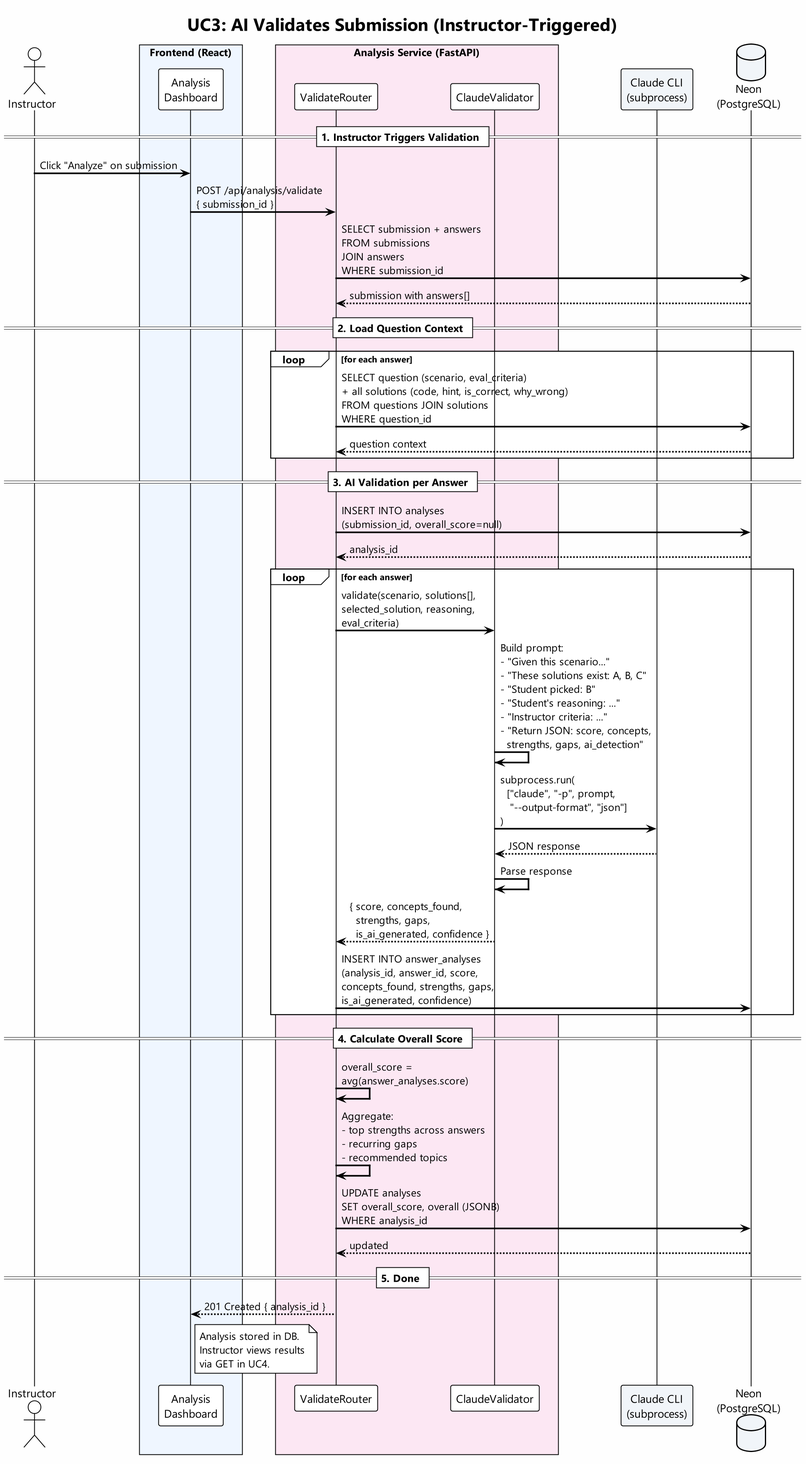
Above: docs/sequence-ai-validates.png in SRESamuel/ConHaccMania (PlantUML), before the change.
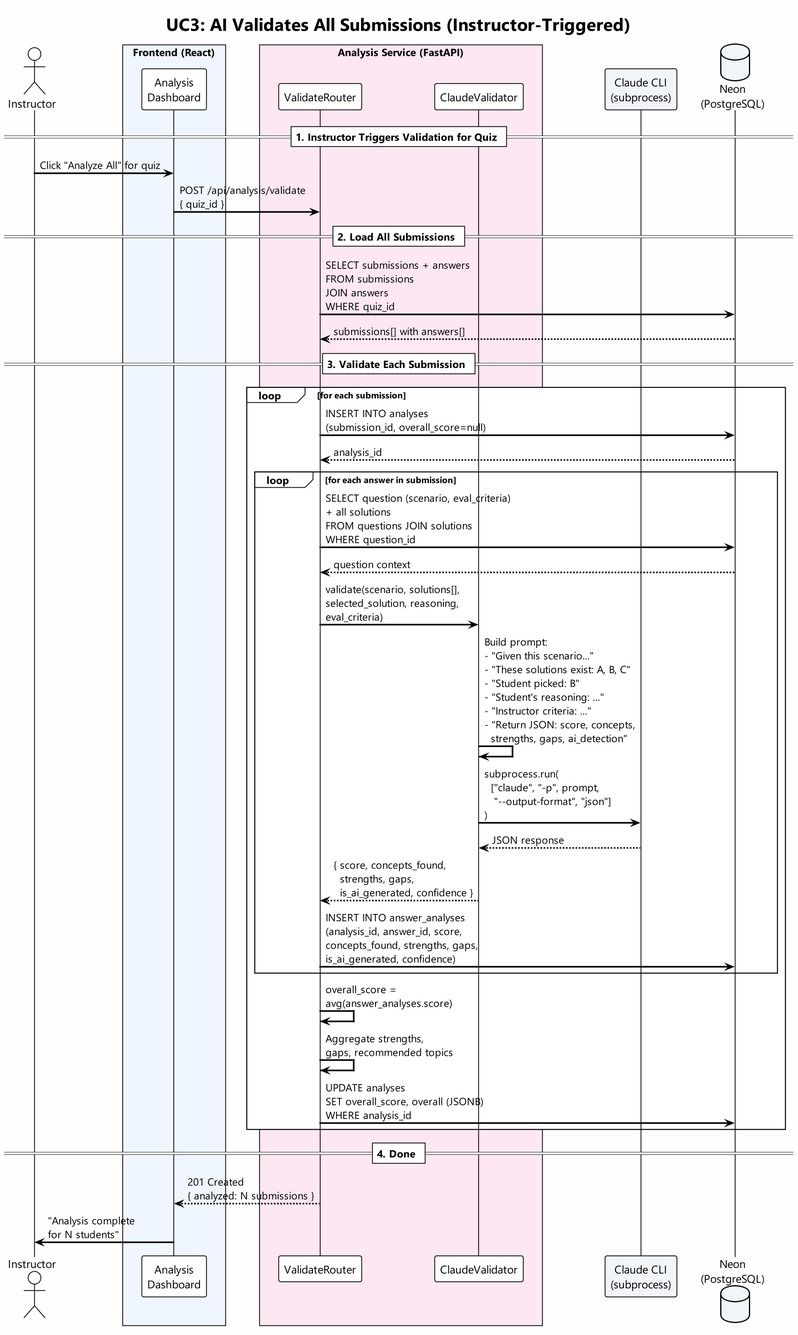
The same diagram one commit later.

Commit message:
docs: Validate by quiz_id, rewrite architecture, fix puml consistency

Diff of the diagram source:
```diff
@@ -1,4 +1,4 @@
-@startuml AI Validates Submission
+@startuml AI Validates All Submissions for Quiz
 scale 2
 !theme plain
 skinparam backgroundColor #FEFEFE
@@ -8,7 +8,7 @@
 skinparam participantPadding 20
 skinparam boxPadding 10
 
-title UC3: AI Validates Submission (Instructor-Triggered)
+title UC3: AI Validates All Submissions (Instructor-Triggered)
 
 actor Instructor as I
 box "Frontend (React)" #EFF6FF
@@ -21,45 +21,42 @@
 participant "Claude CLI\n(subprocess)" as CLI #F1F5F9
 database "Neon\n(PostgreSQL)" as DB #F1F5F9
 
-== 1. Instructor Triggers Validation ==
+== 1. Instructor Triggers Validation for Quiz ==
 
-I -> AD : Click "Analyze" on submission
-AD -> VR : POST /api/analysis/validate\n{ submission_id }
-VR -> DB : SELECT submission + answers\nFROM submissions\nJOIN answers\nWHERE submission_id
-DB --> VR : submission with answers[]
+I -> AD : Click "Analyze All" for quiz
+AD -> VR : POST /api/analysis/validate\n{ quiz_id }
 
-== 2. Load Question Context ==
+== 2. Load All Submissions ==
 
-loop for each answer
-  VR -> DB : SELECT question (scenario, eval_criteria)\n+ all solutions (code, hint, is_correct, why_wrong)\nFROM questions JOIN solutions\nWHERE question_id
-  DB --> VR : question context
+VR -> DB : SELECT submissions + answers\nFROM submissions\nJOIN answers\nWHERE quiz_id
+DB --> VR : submissions[] with answers[]
+
+== 3. Validate Each Submission ==
+
+loop for each submission
+  VR -> DB : INSERT INTO analyses\n(submission_id, overall_score=null)
+  DB --> VR : analysis_id
+
+  loop for each answer in submission
+    VR -> DB : SELECT question (scenario, eval_criteria)\n+ all solutions\nFROM questions JOIN solutions\nWHERE question_id
+    DB --> VR : question context
+
+    VR -> CV : validate(scenario, solutions[],\nselected_solution, reasoning,\neval_criteria)
+    CV -> CV : Build prompt:\n- "Given this scenario..."\n- "These solutions exist: A, B, C"\n- "Student picked: B"\n- "Student's reasoning: ..."\n- "Instructor criteria: ..."\n- "Return JSON: score, concepts,\n  strengths, gaps, ai_detection"
+    CV -> CLI : subprocess.run(\n  ["claude", "-p", prompt,\n   "--output-format", "json"]\n)
+    CLI --> CV : JSON response
+    CV --> VR : { score, concepts_found,\n  strengths, gaps,\n  is_ai_generated, confidence }
+    VR -> DB : INSERT INTO answer_analyses\n(analysis_id, answer_id, score,\nconcepts_found, strengths, gaps,\nis_ai_generated, confidence)
+  end
+
+  VR -> VR : overall_score =\navg(answer_analyses.score)
+  VR -> VR : Aggregate strengths,\ngaps, recommended topics
+  VR -> DB : UPDATE analyses\nSET overall_score, overall (JSONB)\nWHERE analysis_id
 end
 
-== 3. AI Validation per Answer ==
+== 4. Done ==
 
-VR -> DB : INSERT INTO analyses\n(submission_id, overall_score=null)
-DB --> VR : analysis_id
-
-loop for each answer
-  VR -> CV : validate(scenario, solutions[],\nselected_solution, reasoning,\neval_criteria)
-  CV -> CV : Build prompt:\n- "Given this scenario..."\n- "These solutions exist: A, B, C"\n- "Student picked: B"\n- "Student's reasoning: ..."\n- "Instructor criteria: ..."\n- "Return JSON: score, concepts,\n  strengths, gaps, ai_detection"
-  CV -> CLI : subprocess.run(\n  ["claude", "-p", prompt,\n   "--output-format", "json"]\n)
-  CLI --> CV : JSON response
-  CV -> CV : Parse response
-  CV --> VR : { score, concepts_found,\n  strengths, gaps,\n  is_ai_generated, confidence }
-  VR -> DB : INSERT INTO answer_analyses\n(analysis_id, answer_id, score,\nconcepts_found, strengths, gaps,\nis_ai_generated, confidence)
-end
-
-== 4. Calculate Overall Score ==
-
-VR -> VR : overall_score =\navg(answer_analyses.score)
-VR -> VR : Aggregate:\n- top strengths across answers\n- recurring gaps\n- recommended topics
-VR -> DB : UPDATE analyses\nSET overall_score, overall (JSONB)\nWHERE analysis_id
-DB --> VR : updated
-
-== 5. Done ==
-
-VR --> AD : 201 Created { analysis_id }
-note right of AD : Analysis stored in DB.\nInstructor views results\nvia GET in UC4.
+VR --> AD : 201 Created\n{ analyzed: N submissions }
+AD -> I : "Analysis complete\nfor N students"
 
 @enduml
```
